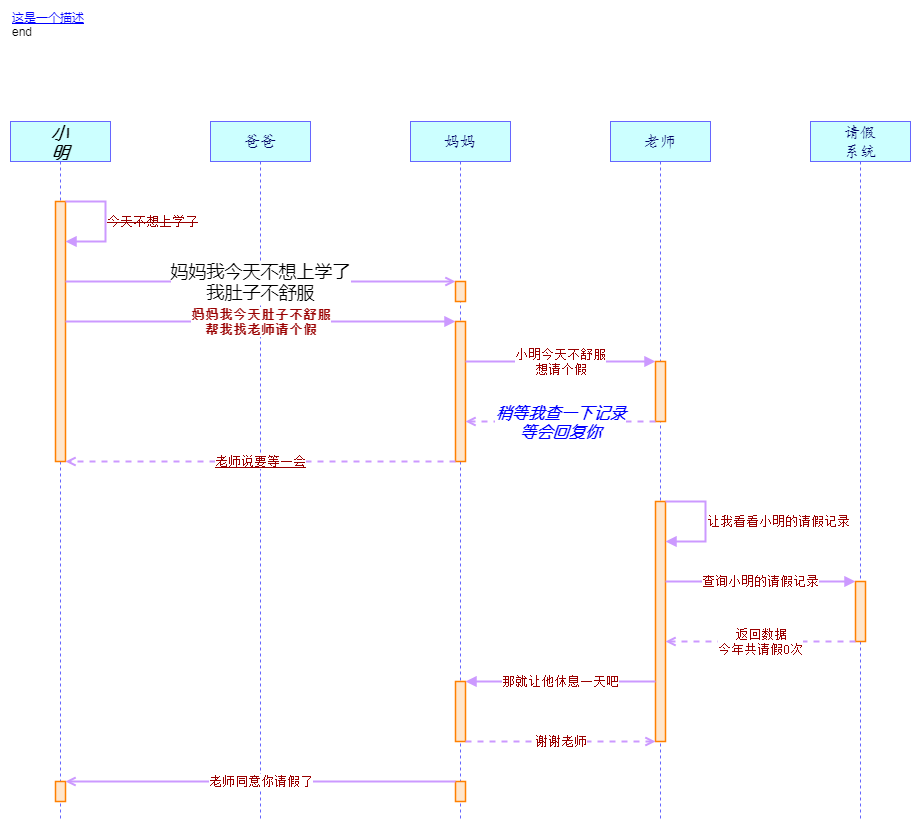
Adrninistrator/uml-sequence-diagram-drawio keeps this draw.io diagram as pic/example.png. Above is the earlier version. Source tidied: cells renumbered, new cells last; positions are measured from the earlier drawing's top-left corner, leaving out a move shared by most shapes.
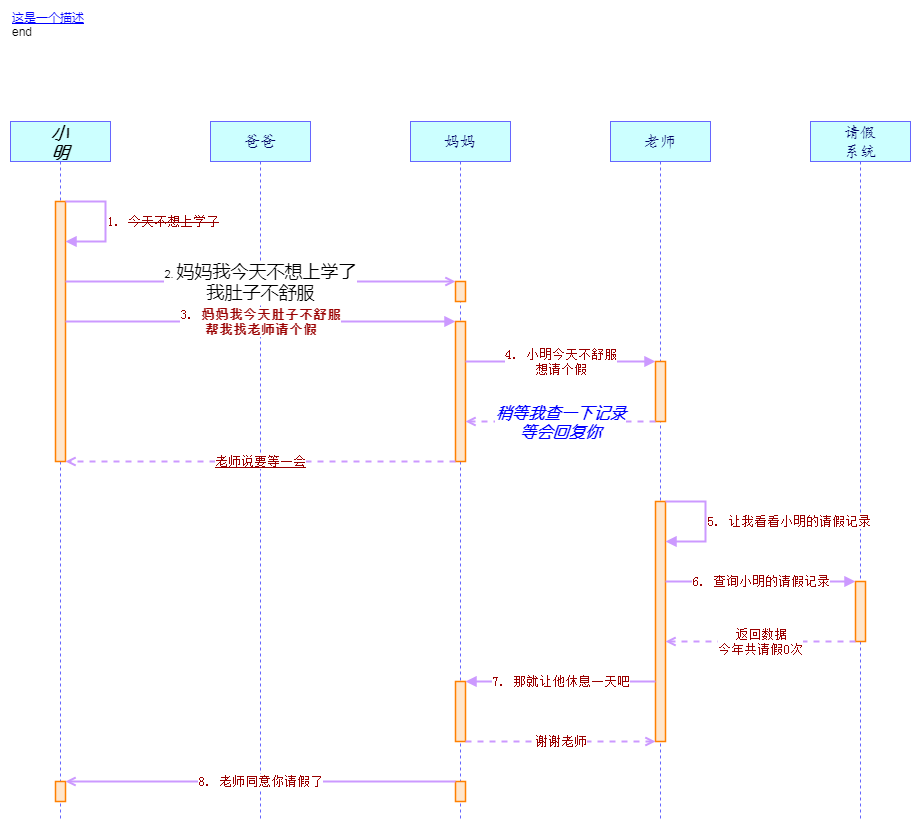
The same file after the commit.

Change to the diagram source:
```diff
@@ -44,37 +44,37 @@
     <mxCell id="15" style="strokeWidth=1.5;fillColor=#FFE6CC;perimeter=orthogonalPerimeter;html=1;strokeColor=#FF8000;" parent="1" vertex="1">
       <mxGeometry x="845" y="540" width="10" height="60" as="geometry" />
     </mxCell>
-    <mxCell id="16" value="&lt;font color=&quot;#0000ff&quot; &gt;&lt;u&gt;这是一个描述&lt;/u&gt;&lt;/font&gt;&lt;br&gt;end" style="text;fillColor=none;verticalAlign=bottom;verticalLabelPosition=top;whiteSpace=wrap;labelPosition=center;rounded=0;html=1;strokeColor=none;align=left;fontColor=#000000;" parent="1" vertex="1">
+    <mxCell id="16" value="&lt;font color=&quot;#0000ff&quot;&gt;&lt;u&gt;这是一个描述&lt;/u&gt;&lt;/font&gt;&lt;br&gt;end" style="text;fillColor=none;verticalAlign=bottom;verticalLabelPosition=top;whiteSpace=wrap;labelPosition=center;rounded=0;html=1;strokeColor=none;align=left;" parent="1" vertex="1">
       <mxGeometry width="900" height="20" as="geometry" />
     </mxCell>
-    <mxCell id="17" value="&lt;font face=&quot;宋体&quot; style=&quot;font-size: 13px&quot; color=&quot;#990000&quot;&gt;&lt;strike&gt;今天不想上学了&lt;/strike&gt;&lt;/font&gt;" style="strokeWidth=2;endFill=1;rounded=0;html=1;strokeColor=#CC99FF;endArrow=block;align=left;" parent="1" edge="1">
-      <mxGeometry relative="1" as="geometry">
-        <mxPoint x="55" y="160" as="sourcePoint" />
-        <mxPoint x="55" y="200" as="targetPoint" />
-        <Array as="points">
-          <mxPoint x="95" y="160" />
-          <mxPoint x="95" y="200" />
-        </Array>
-      </mxGeometry>
-    </mxCell>
-    <mxCell id="18" value="&lt;font style=&quot;font-size: 18px&quot; face=&quot;微软雅黑&quot; color=&quot;#000000&quot;&gt;妈妈我今天不想上学了&lt;br&gt;我肚子不舒服&lt;/font&gt;" style="strokeWidth=2;endFill=0;html=1;strokeColor=#CC99FF;endArrow=open;" parent="1" edge="1">
-      <mxGeometry relative="1" as="geometry">
-        <mxPoint x="55" y="240" as="sourcePoint" />
-        <mxPoint x="445" y="240" as="targetPoint" />
-      </mxGeometry>
-    </mxCell>
-    <mxCell id="19" value="&lt;font face=&quot;宋体&quot; style=&quot;font-size: 13px&quot; color=&quot;#990000&quot;&gt;&lt;b&gt;妈妈我今天肚子不舒服&lt;br&gt;帮我找老师请个假&lt;/b&gt;&lt;/font&gt;" style="strokeWidth=2;endFill=1;html=1;strokeColor=#CC99FF;endArrow=block;" parent="1" edge="1">
-      <mxGeometry relative="1" as="geometry">
-        <mxPoint x="55" y="280" as="sourcePoint" />
-        <mxPoint x="445" y="280" as="targetPoint" />
-      </mxGeometry>
-    </mxCell>
-    <mxCell id="20" value="&lt;font face=&quot;宋体&quot; style=&quot;font-size: 13px&quot; color=&quot;#990000&quot;&gt;小明今天不舒服&lt;br&gt;想请个假&lt;/font&gt;" style="strokeWidth=2;endFill=1;html=1;strokeColor=#CC99FF;endArrow=block;" parent="1" edge="1">
-      <mxGeometry relative="1" as="geometry">
-        <mxPoint x="455" y="320" as="sourcePoint" />
-        <mxPoint x="645" y="320" as="targetPoint" />
-      </mxGeometry>
-    </mxCell>
+    <mxCell id="29" value="&lt;font face=&quot;宋体&quot; style=&quot;font-size: 13px&quot; color=&quot;#990000&quot;&gt;1. &lt;strike&gt;今天不想上学了&lt;/strike&gt;&lt;/font&gt;" style="strokeWidth=2;endFill=1;rounded=0;html=1;strokeColor=#CC99FF;endArrow=block;align=left;" parent="1" edge="1">
+      <mxGeometry relative="1" as="geometry">
+        <mxPoint x="55" y="160" as="sourcePoint" />
+        <mxPoint x="55" y="200" as="targetPoint" />
+        <Array as="points">
+          <mxPoint x="95" y="160" />
+          <mxPoint x="95" y="200" />
+        </Array>
+      </mxGeometry>
+    </mxCell>
+    <mxCell id="30" value="2. &lt;font style=&quot;font-size: 18px&quot; face=&quot;微软雅黑&quot; color=&quot;#000000&quot;&gt;妈妈我今天不想上学了&lt;br&gt;我肚子不舒服&lt;/font&gt;" style="strokeWidth=2;endFill=0;html=1;strokeColor=#CC99FF;endArrow=open;" parent="1" edge="1">
+      <mxGeometry relative="1" as="geometry">
+        <mxPoint x="55" y="240" as="sourcePoint" />
+        <mxPoint x="445" y="240" as="targetPoint" />
+      </mxGeometry>
+    </mxCell>
+    <mxCell id="31" value="&lt;font face=&quot;宋体&quot; style=&quot;font-size: 13px&quot; color=&quot;#990000&quot;&gt;3. &lt;b&gt;妈妈我今天肚子不舒服&lt;br&gt;帮我找老师请个假&lt;/b&gt;&lt;/font&gt;" style="strokeWidth=2;endFill=1;html=1;strokeColor=#CC99FF;endArrow=block;" parent="1" edge="1">
+      <mxGeometry relative="1" as="geometry">
+        <mxPoint x="55" y="280" as="sourcePoint" />
+        <mxPoint x="445" y="280" as="targetPoint" />
+      </mxGeometry>
+    </mxCell>
+    <mxCell id="32" value="&lt;font face=&quot;宋体&quot; style=&quot;font-size: 13px&quot; color=&quot;#990000&quot;&gt;4. 小明今天不舒服&lt;br&gt;想请个假&lt;/font&gt;" style="strokeWidth=2;endFill=1;html=1;strokeColor=#CC99FF;endArrow=block;" parent="1" edge="1">
+      <mxGeometry relative="1" as="geometry">
+        <mxPoint x="455" y="320" as="sourcePoint" />
+        <mxPoint x="645" y="320" as="targetPoint" />
+      </mxGeometry>
+    </mxCell>
     <mxCell id="21" value="&lt;font style=&quot;font-size: 16px&quot; face=&quot;幼圆&quot; color=&quot;#0000ff&quot;&gt;&lt;b&gt;&lt;i&gt;稍等我查一下记录&lt;br&gt;等会回复你&lt;/i&gt;&lt;/b&gt;&lt;/font&gt;" style="strokeWidth=2;dashed=1;endFill=0;html=1;strokeColor=#CC99FF;endArrow=open;" parent="1" edge="1">
       <mxGeometry relative="1" as="geometry">
         <mxPoint x="645" y="380" as="sourcePoint" />
@@ -87,45 +87,45 @@
         <mxPoint x="55" y="420" as="targetPoint" />
       </mxGeometry>
     </mxCell>
-    <mxCell id="23" value="&lt;font face=&quot;宋体&quot; style=&quot;font-size: 13px&quot; color=&quot;#990000&quot;&gt;让我看看小明的请假记录&lt;/font&gt;" style="strokeWidth=2;endFill=1;rounded=0;html=1;strokeColor=#CC99FF;endArrow=block;align=left;" parent="1" edge="1">
-      <mxGeometry relative="1" as="geometry">
-        <mxPoint x="655" y="460" as="sourcePoint" />
-        <mxPoint x="655" y="500" as="targetPoint" />
-        <Array as="points">
-          <mxPoint x="695" y="460" />
-          <mxPoint x="695" y="500" />
-        </Array>
-      </mxGeometry>
-    </mxCell>
-    <mxCell id="24" value="&lt;font face=&quot;宋体&quot; style=&quot;font-size: 13px&quot; color=&quot;#990000&quot;&gt;查询小明的请假记录&lt;/font&gt;" style="strokeWidth=2;endFill=1;html=1;strokeColor=#CC99FF;endArrow=block;" parent="1" edge="1">
-      <mxGeometry relative="1" as="geometry">
-        <mxPoint x="655" y="540" as="sourcePoint" />
-        <mxPoint x="845" y="540" as="targetPoint" />
-      </mxGeometry>
-    </mxCell>
+    <mxCell id="33" value="&lt;font face=&quot;宋体&quot; style=&quot;font-size: 13px&quot; color=&quot;#990000&quot;&gt;5. 让我看看小明的请假记录&lt;/font&gt;" style="strokeWidth=2;endFill=1;rounded=0;html=1;strokeColor=#CC99FF;endArrow=block;align=left;" parent="1" edge="1">
+      <mxGeometry relative="1" as="geometry">
+        <mxPoint x="655" y="460" as="sourcePoint" />
+        <mxPoint x="655" y="500" as="targetPoint" />
+        <Array as="points">
+          <mxPoint x="695" y="460" />
+          <mxPoint x="695" y="500" />
+        </Array>
+      </mxGeometry>
+    </mxCell>
+    <mxCell id="34" value="&lt;font face=&quot;宋体&quot; style=&quot;font-size: 13px&quot; color=&quot;#990000&quot;&gt;6. 查询小明的请假记录&lt;/font&gt;" style="strokeWidth=2;endFill=1;html=1;strokeColor=#CC99FF;endArrow=block;" parent="1" edge="1">
+      <mxGeometry relative="1" as="geometry">
+        <mxPoint x="655" y="540" as="sourcePoint" />
+        <mxPoint x="845" y="540" as="targetPoint" />
+      </mxGeometry>
+    </mxCell>
     <mxCell id="25" value="&lt;font face=&quot;宋体&quot; style=&quot;font-size: 13px&quot; color=&quot;#990000&quot;&gt;返回数据&lt;br&gt;今年共请假0次&lt;/font&gt;" style="strokeWidth=2;dashed=1;endFill=0;html=1;strokeColor=#CC99FF;endArrow=open;" parent="1" edge="1">
       <mxGeometry relative="1" as="geometry">
         <mxPoint x="845" y="600" as="sourcePoint" />
         <mxPoint x="655" y="600" as="targetPoint" />
       </mxGeometry>
     </mxCell>
-    <mxCell id="26" value="&lt;font face=&quot;宋体&quot; style=&quot;font-size: 13px&quot; color=&quot;#990000&quot;&gt;那就让他休息一天吧&lt;/font&gt;" style="strokeWidth=2;endFill=1;html=1;strokeColor=#CC99FF;endArrow=block;" parent="1" edge="1">
-      <mxGeometry relative="1" as="geometry">
-        <mxPoint x="645" y="640" as="sourcePoint" />
-        <mxPoint x="455" y="640" as="targetPoint" />
-      </mxGeometry>
-    </mxCell>
+    <mxCell id="35" value="&lt;font face=&quot;宋体&quot; style=&quot;font-size: 13px&quot; color=&quot;#990000&quot;&gt;7. 那就让他休息一天吧&lt;/font&gt;" style="strokeWidth=2;endFill=1;html=1;strokeColor=#CC99FF;endArrow=block;" parent="1" edge="1">
+      <mxGeometry relative="1" as="geometry">
+        <mxPoint x="645" y="640" as="sourcePoint" />
+        <mxPoint x="455" y="640" as="targetPoint" />
+      </mxGeometry>
+    </mxCell>
     <mxCell id="27" value="&lt;font face=&quot;宋体&quot; style=&quot;font-size: 13px&quot; color=&quot;#990000&quot;&gt;谢谢老师&lt;/font&gt;" style="strokeWidth=2;dashed=1;endFill=0;html=1;strokeColor=#CC99FF;endArrow=open;" parent="1" edge="1">
       <mxGeometry relative="1" as="geometry">
         <mxPoint x="455" y="700" as="sourcePoint" />
         <mxPoint x="645" y="700" as="targetPoint" />
       </mxGeometry>
     </mxCell>
-    <mxCell id="28" value="&lt;font face=&quot;宋体&quot; style=&quot;font-size: 13px&quot; color=&quot;#990000&quot;&gt;老师同意你请假了&lt;/font&gt;" style="strokeWidth=2;endFill=0;html=1;strokeColor=#CC99FF;endArrow=open;" parent="1" edge="1">
-      <mxGeometry relative="1" as="geometry">
-        <mxPoint x="445" y="740" as="sourcePoint" />
-        <mxPoint x="55" y="740" as="targetPoint" />
-      </mxGeometry>
-    </mxCell>
+    <mxCell id="36" value="&lt;font face=&quot;宋体&quot; style=&quot;font-size: 13px&quot; color=&quot;#990000&quot;&gt;8. 老师同意你请假了&lt;/font&gt;" style="strokeWidth=2;endFill=0;html=1;strokeColor=#CC99FF;endArrow=open;" parent="1" edge="1">
+      <mxGeometry relative="1" as="geometry">
+        <mxPoint x="445" y="740" as="sourcePoint" />
+        <mxPoint x="55" y="740" as="targetPoint" />
+      </mxGeometry>
+    </mxCell>
   </root>
 </mxGraphModel>
```
